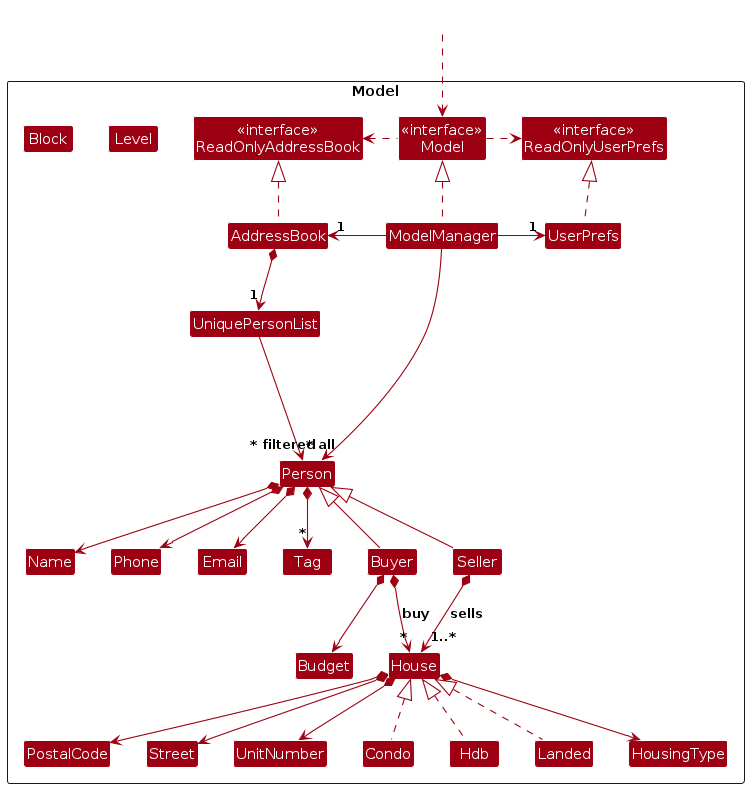
Earlier version of the PlantUML export diagrams/ModelClassDiagram.png (lokidoki102/tp). Its source is kept beside it as diagrams/ModelClassDiagram.puml.
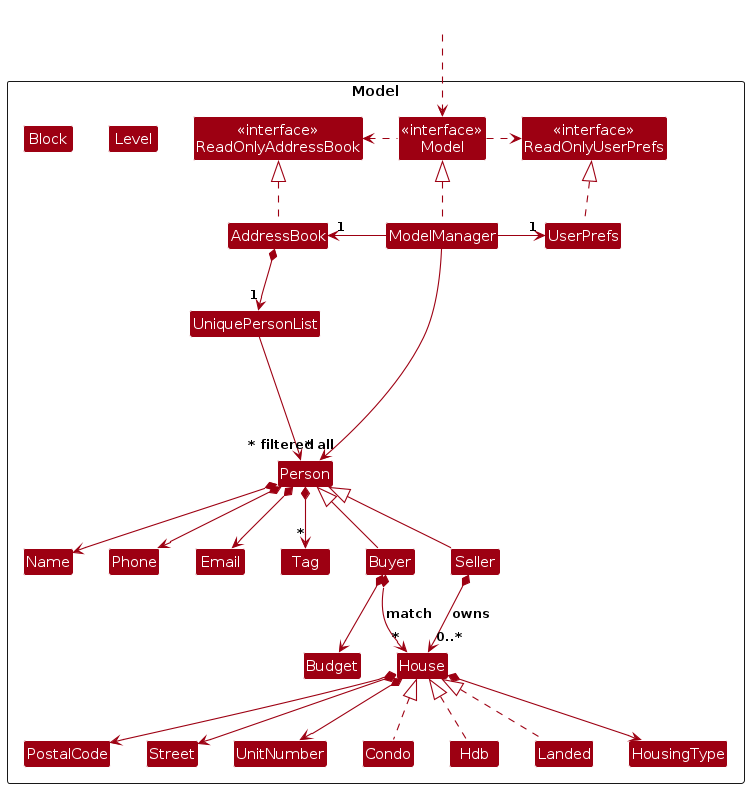
Later version of the same file.

What changed in the source:
```diff
@@ -57,8 +57,8 @@
 House *--> UnitNumber
 House *--> Street
 House *--> HousingType
-Seller *--> "1..*" House : sells
-Buyer *--> "*" House : buy
+Seller *--> "0..*" House : owns
+Buyer *--> "*" House : match
 Buyer *--> Budget
 
 
```
